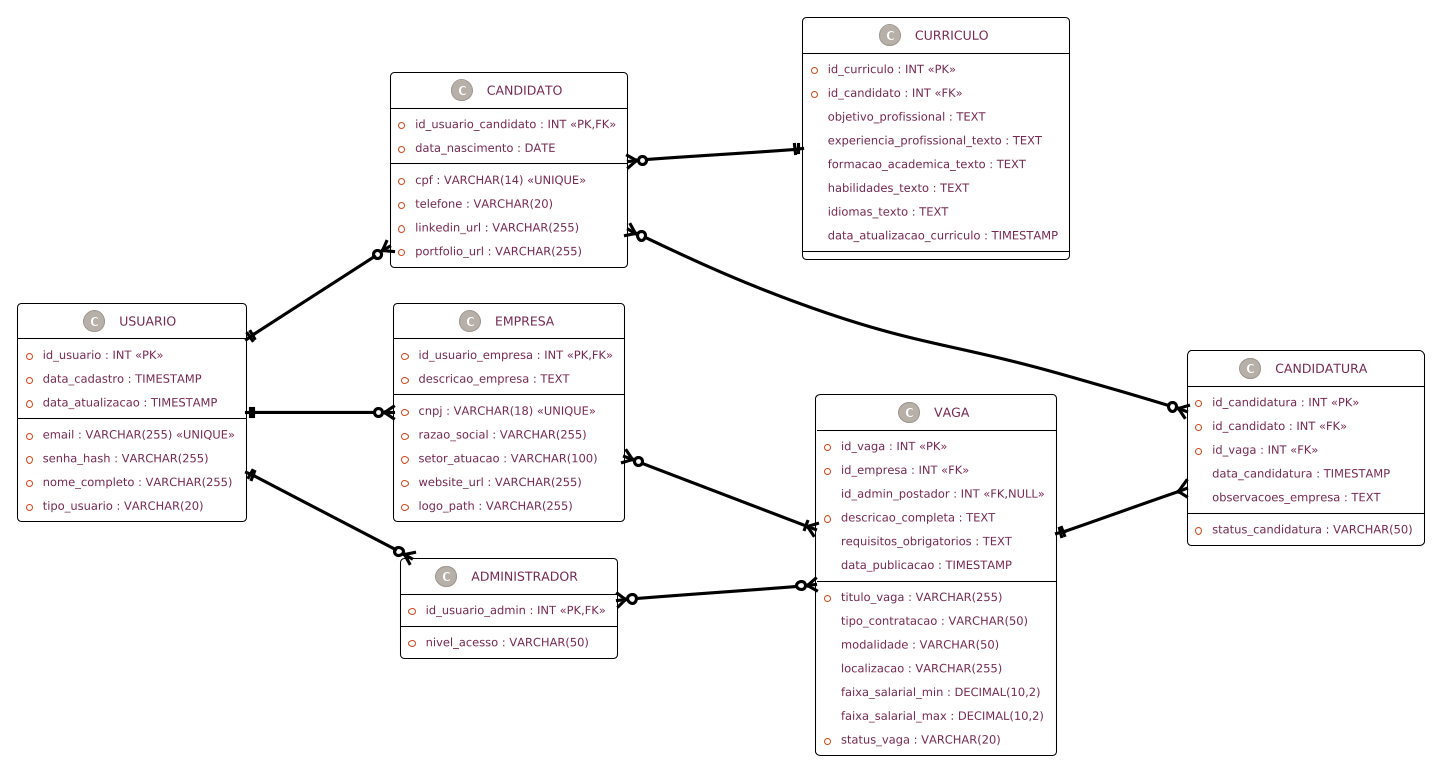
Earlier version of the PlantUML export Diagrama Entidade-Relacionamento/Diagrama de Entidade-Relacionamento.png (wendersonfarias/empregAPI-TCC).
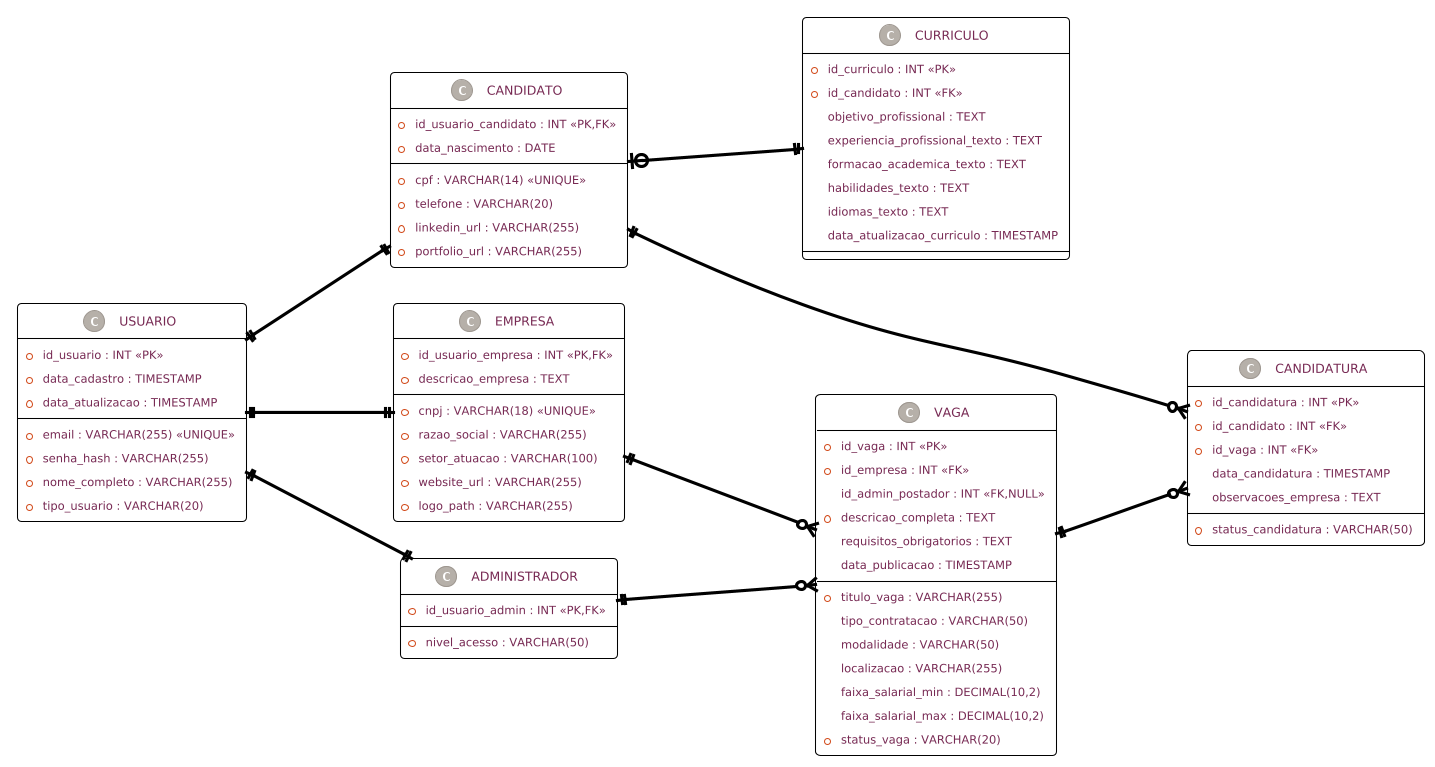
After the change.

Commit message:
Corrige notação de relacionamentos no diagrama de entidade-relacionamento

What changed in the source:
```diff
@@ -81,16 +81,17 @@
 }
 
 
-USUARIO ||--o{ CANDIDATO : especializa
-USUARIO ||--o{ EMPRESA : especializa
-USUARIO ||--o{ ADMINISTRADOR : especializa
-VAGA ||--{ CANDIDATURA : recebe
+USUARIO ||--|| CANDIDATO : especializa
+USUARIO ||--|| EMPRESA : especializa
+USUARIO ||--|| ADMINISTRADOR : especializa
 
-CANDIDATO }o--|| CURRICULO : possui
+CANDIDATO |o--|| CURRICULO : possui
 
-EMPRESA }o--|{ VAGA : publica
+EMPRESA ||--o{ VAGA : publica
 
-ADMINISTRADOR }o--o{ VAGA : posta (opcional)
+ADMINISTRADOR ||--o{ VAGA : posta (opcional)
 
-CANDIDATO }o--o{ CANDIDATURA : realiza
+CANDIDATO ||--o{ CANDIDATURA : realiza
+
+VAGA ||--o{ CANDIDATURA : recebe
 @enduml
```
